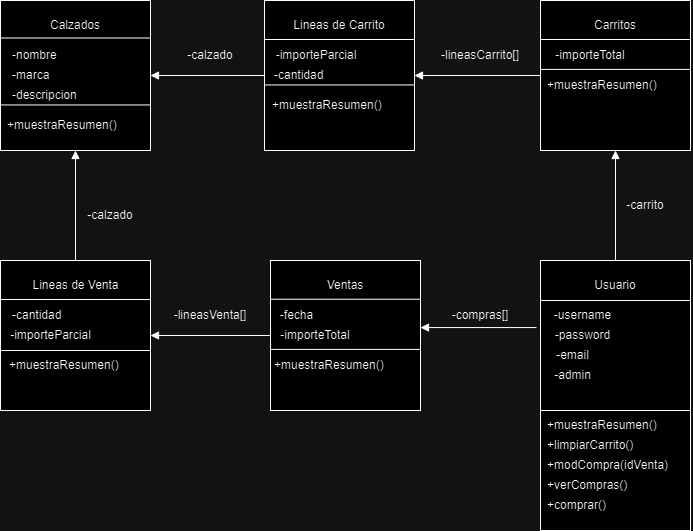
Miguesg95/ProyectoTAD3.2 keeps this draw.io diagram as TAD 3.2 UML.drawio.png. Above is the earlier version. Source tidied: cells renumbered, new cells last; positions are measured from the earlier drawing's top-left corner, leaving out a move shared by most shapes.
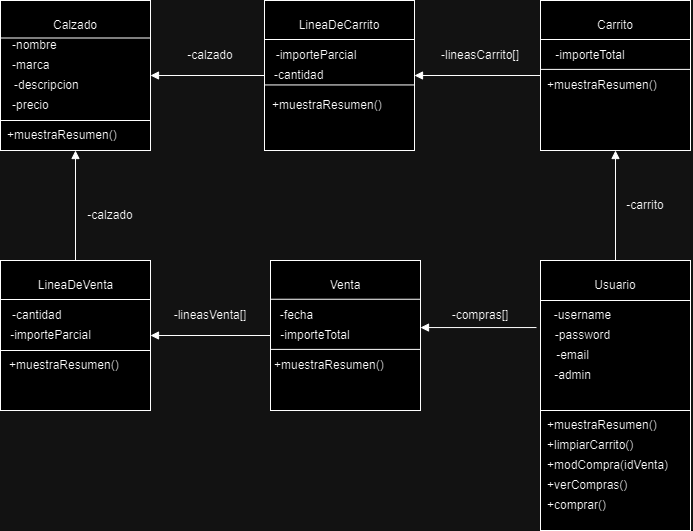
Later version of the same file.

What changed in the source:
```diff
@@ -8,7 +8,7 @@
     <mxCell id="3" style="whiteSpace=wrap;html=1;" parent="1" vertex="1">
       <mxGeometry width="150" height="150" as="geometry" />
     </mxCell>
-    <mxCell id="4" value="Calzados" style="text;html=1;align=center;verticalAlign=middle;whiteSpace=wrap;rounded=0;" parent="1" vertex="1">
+    <mxCell id="4" value="Calzado" style="text;html=1;align=center;verticalAlign=middle;whiteSpace=wrap;rounded=0;" parent="1" vertex="1">
       <mxGeometry x="45" y="10" width="60" height="30" as="geometry" />
     </mxCell>
     <mxCell id="5" style="whiteSpace=wrap;html=1;" parent="1" vertex="1">
@@ -17,17 +17,17 @@
     <mxCell id="6" style="whiteSpace=wrap;html=1;" parent="1" vertex="1">
       <mxGeometry x="540" width="150" height="150" as="geometry" />
     </mxCell>
-    <mxCell id="7" value="Carritos" style="text;html=1;align=center;verticalAlign=middle;whiteSpace=wrap;rounded=0;" parent="1" vertex="1">
+    <mxCell id="7" value="Carrito" style="text;html=1;align=center;verticalAlign=middle;whiteSpace=wrap;rounded=0;" parent="1" vertex="1">
       <mxGeometry x="585" y="10" width="60" height="30" as="geometry" />
     </mxCell>
-    <mxCell id="8" value="Lineas de Carrito" style="text;html=1;align=center;verticalAlign=middle;whiteSpace=wrap;rounded=0;" parent="1" vertex="1">
+    <mxCell id="8" value="LineaDeCarrito" style="text;html=1;align=center;verticalAlign=middle;whiteSpace=wrap;rounded=0;" parent="1" vertex="1">
       <mxGeometry x="289" y="10" width="100" height="30" as="geometry" />
     </mxCell>
     <mxCell id="9" style="endArrow=none;html=1;rounded=0;entryX=0;entryY=0.5;entryDx=0;entryDy=0;exitX=1;exitY=0.5;exitDx=0;exitDy=0;startArrow=block;startFill=1;endFill=0;" parent="1" edge="1" source="5" target="6">
       <mxGeometry relative="1" as="geometry" />
     </mxCell>
     <mxCell id="10" value="-nombre" style="text;html=1;align=left;verticalAlign=middle;whiteSpace=wrap;rounded=0;" parent="1" vertex="1">
-      <mxGeometry x="10" y="40" width="60" height="30" as="geometry" />
+      <mxGeometry x="10" y="30" width="60" height="30" as="geometry" />
     </mxCell>
     <mxCell id="11" style="endArrow=none;html=1;rounded=0;exitX=0;exitY=0.25;exitDx=0;exitDy=0;entryX=1;entryY=0.25;entryDx=0;entryDy=0;" parent="1" edge="1" source="3" target="3">
       <mxGeometry relative="1" as="geometry" />
@@ -45,7 +45,7 @@
       </mxGeometry>
     </mxCell>
     <mxCell id="14" value="-marca" style="text;html=1;align=left;verticalAlign=middle;whiteSpace=wrap;rounded=0;" parent="1" vertex="1">
-      <mxGeometry x="10" y="60" width="60" height="30" as="geometry" />
+      <mxGeometry x="10" y="50" width="60" height="30" as="geometry" />
     </mxCell>
     <mxCell id="15" value="-importeTotal" style="text;html=1;align=center;verticalAlign=middle;whiteSpace=wrap;rounded=0;" parent="1" vertex="1">
       <mxGeometry x="550" y="40" width="80" height="30" as="geometry" />
@@ -65,10 +65,10 @@
     <mxCell id="20" style="whiteSpace=wrap;html=1;" parent="1" vertex="1">
       <mxGeometry x="270" y="260" width="150" height="150" as="geometry" />
     </mxCell>
-    <mxCell id="21" value="Ventas" style="text;html=1;align=center;verticalAlign=middle;whiteSpace=wrap;rounded=0;" parent="1" vertex="1">
+    <mxCell id="21" value="Venta" style="text;html=1;align=center;verticalAlign=middle;whiteSpace=wrap;rounded=0;" parent="1" vertex="1">
       <mxGeometry x="315" y="270" width="60" height="30" as="geometry" />
     </mxCell>
-    <mxCell id="22" value="Lineas de Venta" style="text;html=1;align=center;verticalAlign=middle;whiteSpace=wrap;rounded=0;" parent="1" vertex="1">
+    <mxCell id="22" value="LineaDeVenta" style="text;html=1;align=center;verticalAlign=middle;whiteSpace=wrap;rounded=0;" parent="1" vertex="1">
       <mxGeometry x="27.5" y="270" width="95" height="30" as="geometry" />
     </mxCell>
     <mxCell id="23" style="endArrow=none;html=1;rounded=0;exitX=0;exitY=0.25;exitDx=0;exitDy=0;entryX=1;entryY=0.25;entryDx=0;entryDy=0;" parent="1" edge="1">
@@ -147,7 +147,7 @@
       <mxGeometry x="7.5" y="320" width="85" height="30" as="geometry" />
     </mxCell>
     <mxCell id="45" value="-descripcion" style="text;html=1;align=left;verticalAlign=middle;whiteSpace=wrap;rounded=0;" parent="1" vertex="1">
-      <mxGeometry x="10" y="80" width="80" height="30" as="geometry" />
+      <mxGeometry x="12.5" y="70" width="80" height="30" as="geometry" />
     </mxCell>
     <mxCell id="46" style="endArrow=none;html=1;rounded=0;exitX=0;exitY=0.25;exitDx=0;exitDy=0;entryX=1;entryY=0.25;entryDx=0;entryDy=0;" parent="1" edge="1">
       <mxGeometry relative="1" as="geometry">
@@ -186,12 +186,12 @@
       </mxGeometry>
     </mxCell>
     <mxCell id="54" value="+muestraResumen()" style="text;html=1;align=left;verticalAlign=middle;whiteSpace=wrap;rounded=0;" parent="1" vertex="1">
-      <mxGeometry x="5" y="110" width="85" height="30" as="geometry" />
+      <mxGeometry x="5" y="120" width="85" height="30" as="geometry" />
     </mxCell>
     <mxCell id="55" style="endArrow=none;html=1;rounded=0;exitX=0;exitY=0.25;exitDx=0;exitDy=0;entryX=1;entryY=0.25;entryDx=0;entryDy=0;" parent="1" edge="1">
       <mxGeometry relative="1" as="geometry">
-        <mxPoint y="104.4" as="sourcePoint" />
-        <mxPoint x="150" y="104.4" as="targetPoint" />
+        <mxPoint y="120" as="sourcePoint" />
+        <mxPoint x="150" y="120" as="targetPoint" />
       </mxGeometry>
     </mxCell>
     <mxCell id="56" style="rounded=0;whiteSpace=wrap;html=1;" parent="1" vertex="1">
@@ -212,5 +212,8 @@
     <mxCell id="61" value="+comprar()&lt;span style=&quot;color: rgba(0, 0, 0, 0); font-family: monospace; font-size: 0px; text-wrap: nowrap;&quot;&gt;%3CmxGraphModel%3E%3Croot%3E%3CmxCell%20id%3D%220%22%2F%3E%3CmxCell%20id%3D%221%22%20parent%3D%220%22%2F%3E%3CmxCell%20id%3D%222%22%20value%3D%22%2BmodCompra(idVenta)%22%20style%3D%22text%3Bhtml%3D1%3Balign%3Dleft%3BverticalAlign%3Dmiddle%3BwhiteSpace%3Dwrap%3Brounded%3D0%3B%22%20vertex%3D%221%22%20parent%3D%221%22%3E%3CmxGeometry%20x%3D%22545%22%20y%3D%22450%22%20width%3D%2285%22%20height%3D%2230%22%20as%3D%22geometry%22%2F%3E%3C%2FmxCell%3E%3C%2Froot%3E%3C%2FmxGraphModel%3E&lt;/span&gt;" style="text;html=1;align=left;verticalAlign=middle;whiteSpace=wrap;rounded=0;" parent="1" vertex="1">
       <mxGeometry x="545" y="490" width="85" height="30" as="geometry" />
     </mxCell>
+    <mxCell id="62" value="-precio" style="text;html=1;align=left;verticalAlign=middle;whiteSpace=wrap;rounded=0;" parent="1" vertex="1">
+      <mxGeometry x="10" y="90" width="80" height="30" as="geometry" />
+    </mxCell>
   </root>
 </mxGraphModel>
```
